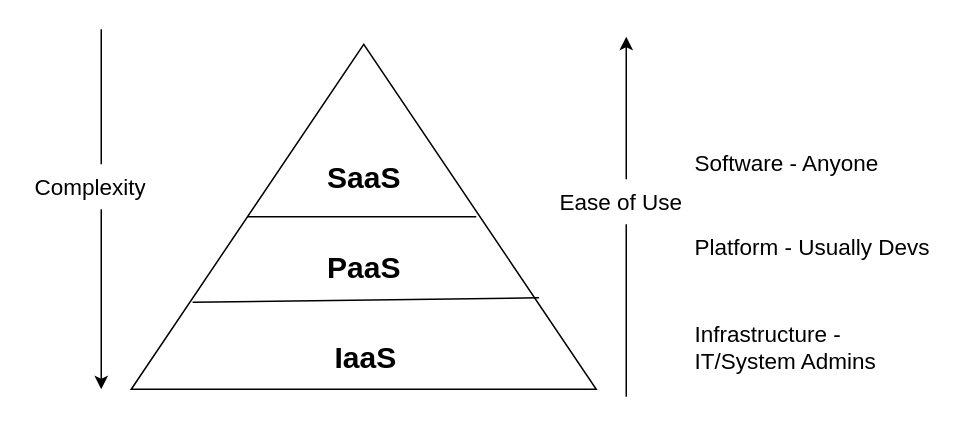
The draw.io diagram assets/images/cloud-service-models.drawio in Sreno1/suds, before the edit. Source tidied: cells renumbered, new cells numbered last; positions are measured from the earlier drawing's top-left corner, leaving out a move shared by most shapes. Both pictures are drawn from the tidied source at 150%, with x=0, y=0 at pixel (26, -16).
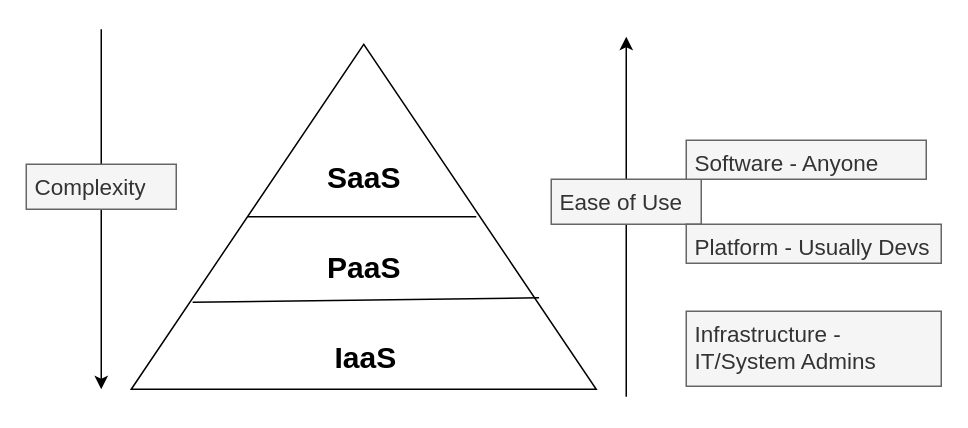
The same page after the edit.

Diff of the diagram source:
```diff
@@
-    <mxCell id="11" value="&lt;font style=&quot;font-size: 15px;&quot;&gt;Complexity&lt;/font&gt;" style="text;strokeColor=none;fillColor=none;align=left;verticalAlign=top;spacingLeft=4;spacingRight=4;overflow=hidden;points=[[0,0.5],[1,0.5]];portConstraint=eastwest;whiteSpace=wrap;html=1;" parent="1" vertex="1">
+    <mxCell id="11" value="&lt;font style=&quot;font-size: 15px;&quot;&gt;Complexity&lt;/font&gt;" style="text;strokeColor=#666666;fillColor=#f5f5f5;align=left;verticalAlign=top;spacingLeft=4;spacingRight=4;overflow=hidden;points=[[0,0.5],[1,0.5]];portConstraint=eastwest;whiteSpace=wrap;html=1;fontColor=#333333;" parent="1" vertex="1">
       <mxGeometry y="120" width="100" height="30" as="geometry" />
     </mxCell>
@@
-    <mxCell id="13" value="&lt;font style=&quot;font-size: 15px;&quot;&gt;Ease of Use&lt;br&gt;&lt;br&gt;&lt;/font&gt;" style="text;strokeColor=none;fillColor=none;align=left;verticalAlign=top;spacingLeft=4;spacingRight=4;overflow=hidden;points=[[0,0.5],[1,0.5]];portConstraint=eastwest;whiteSpace=wrap;html=1;" parent="1" vertex="1">
+    <mxCell id="13" value="&lt;font style=&quot;font-size: 15px;&quot;&gt;Ease of Use&lt;br&gt;&lt;br&gt;&lt;/font&gt;" style="text;align=left;verticalAlign=top;spacingLeft=4;spacingRight=4;overflow=hidden;points=[[0,0.5],[1,0.5]];portConstraint=eastwest;whiteSpace=wrap;html=1;fillColor=#f5f5f5;fontColor=#333333;strokeColor=#666666;" parent="1" vertex="1">
       <mxGeometry x="350" y="130" width="100" height="30" as="geometry" />
     </mxCell>
-    <mxCell id="14" value="Software - Anyone" style="text;strokeColor=none;fillColor=none;align=left;verticalAlign=top;spacingLeft=4;spacingRight=4;overflow=hidden;whiteSpace=wrap;html=1;fontSize=15;" parent="1" vertex="1">
+    <mxCell id="14" value="Software - Anyone" style="text;align=left;verticalAlign=top;spacingLeft=4;spacingRight=4;overflow=hidden;whiteSpace=wrap;html=1;fontSize=15;fillColor=#f5f5f5;fontColor=#333333;strokeColor=#666666;" parent="1" vertex="1">
       <mxGeometry x="440" y="104" width="160" height="26" as="geometry" />
     </mxCell>
-    <mxCell id="15" value="Platform - Usually Devs" style="text;strokeColor=none;fillColor=none;align=left;verticalAlign=top;spacingLeft=4;spacingRight=4;overflow=hidden;whiteSpace=wrap;html=1;fontSize=15;" parent="1" vertex="1">
+    <mxCell id="15" value="Platform - Usually Devs" style="text;strokeColor=#666666;fillColor=#f5f5f5;align=left;verticalAlign=top;spacingLeft=4;spacingRight=4;overflow=hidden;whiteSpace=wrap;html=1;fontSize=15;fontColor=#333333;" parent="1" vertex="1">
       <mxGeometry x="440" y="160" width="170" height="26" as="geometry" />
     </mxCell>
-    <mxCell id="16" value="Infrastructure - IT/System Admins" style="text;strokeColor=none;fillColor=none;align=left;verticalAlign=top;spacingLeft=4;spacingRight=4;overflow=hidden;whiteSpace=wrap;html=1;fontSize=15;" parent="1" vertex="1">
+    <mxCell id="16" value="Infrastructure - IT/System Admins" style="text;strokeColor=#666666;fillColor=#f5f5f5;align=left;verticalAlign=top;spacingLeft=4;spacingRight=4;overflow=hidden;whiteSpace=wrap;html=1;fontSize=15;fontColor=#333333;" parent="1" vertex="1">
       <mxGeometry x="440" y="218" width="170" height="50" as="geometry" />
     </mxCell>
```
